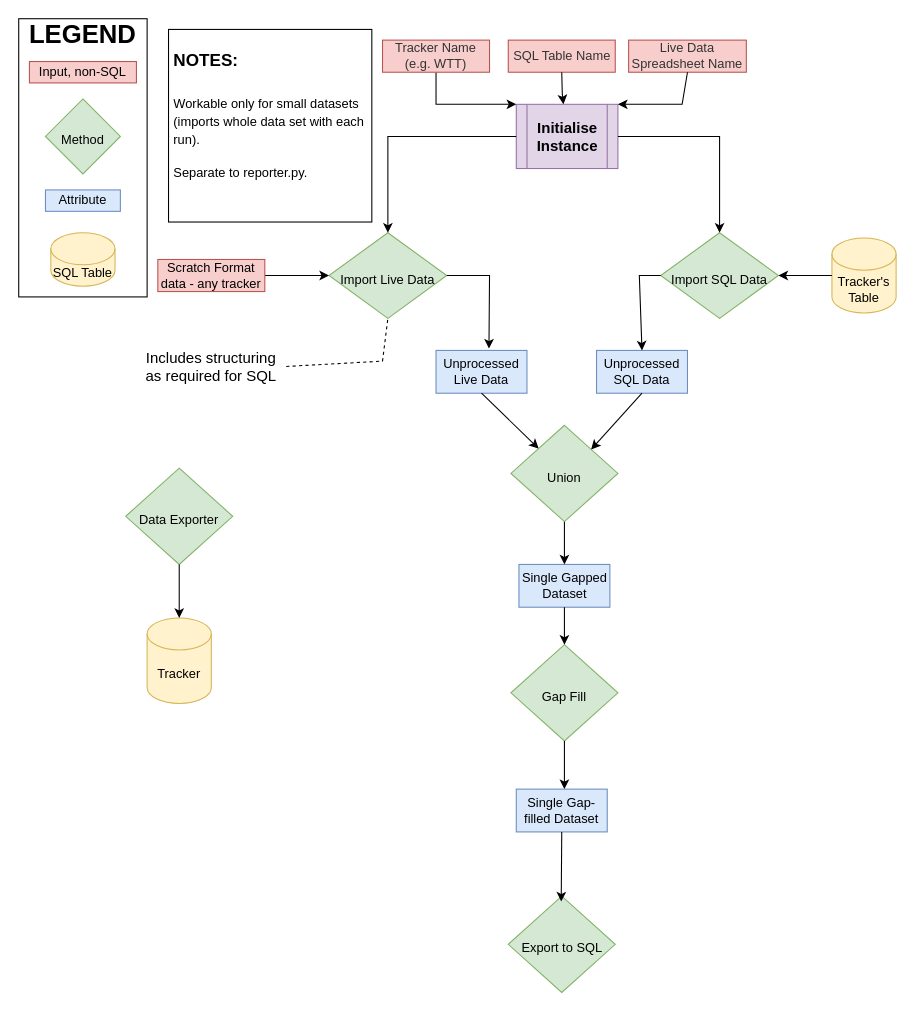
ancollis757/trackingtables keeps this draw.io diagram as Import-Export-Structure.drawio. Above is the earlier version. Source tidied: cells renumbered, new cells numbered last; positions are measured from the earlier drawing's top-left corner, leaving out a move shared by most shapes. Both pictures are drawn from the tidied source at 107%, with x=0, y=0 at pixel (18, 18).
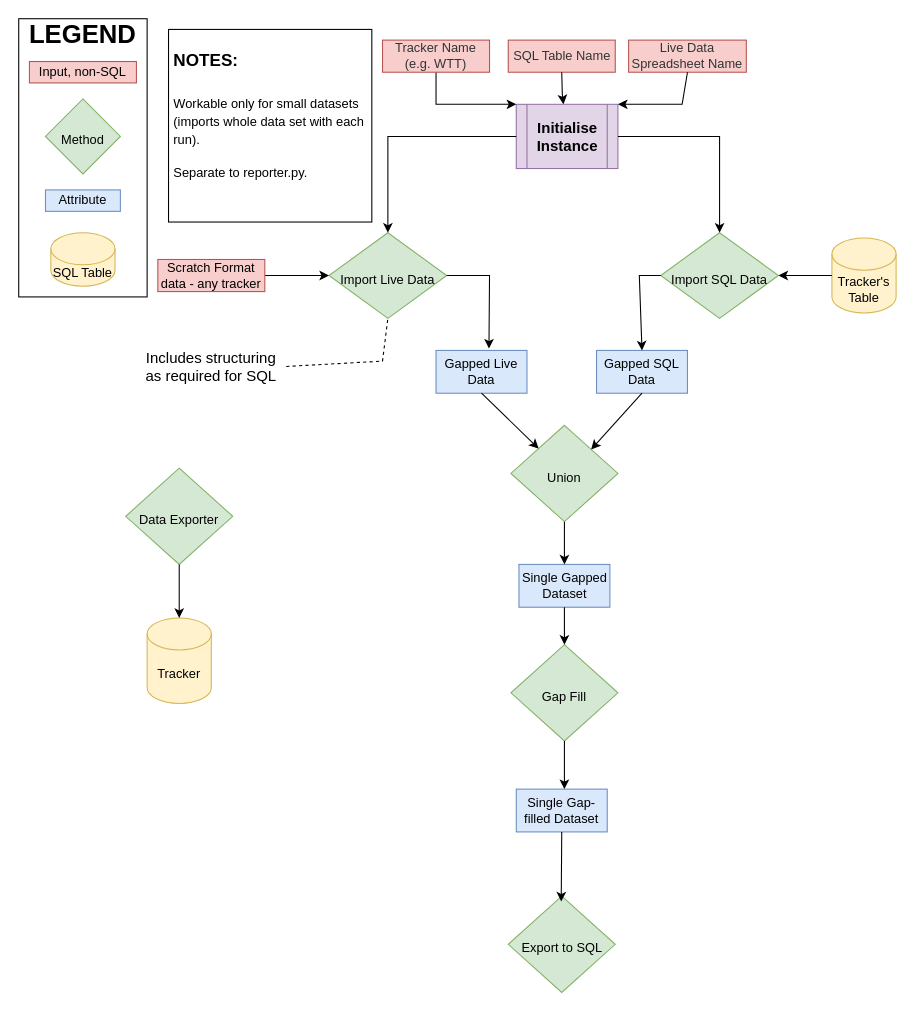
After the change.

Commit message:
Unprocessed clarified as Gapped

The edit, as a diff of the source:
```diff
@@
-    <mxCell id="16" value="Unprocessed SQL Data" style="rounded=0;whiteSpace=wrap;html=1;fillColor=#dae8fc;strokeColor=#6c8ebf;" parent="1" vertex="1">
+    <mxCell id="16" value="Gapped SQL Data" style="rounded=0;whiteSpace=wrap;html=1;fillColor=#dae8fc;strokeColor=#6c8ebf;" parent="1" vertex="1">
       <mxGeometry x="540" y="310" width="85" height="40" as="geometry" />
     </mxCell>
@@
-    <mxCell id="22" value="Unprocessed Live Data" style="rounded=0;whiteSpace=wrap;html=1;fillColor=#dae8fc;strokeColor=#6c8ebf;" parent="1" vertex="1">
+    <mxCell id="22" value="Gapped Live Data" style="rounded=0;whiteSpace=wrap;html=1;fillColor=#dae8fc;strokeColor=#6c8ebf;" parent="1" vertex="1">
       <mxGeometry x="390" y="310" width="85" height="40" as="geometry" />
     </mxCell>
```
